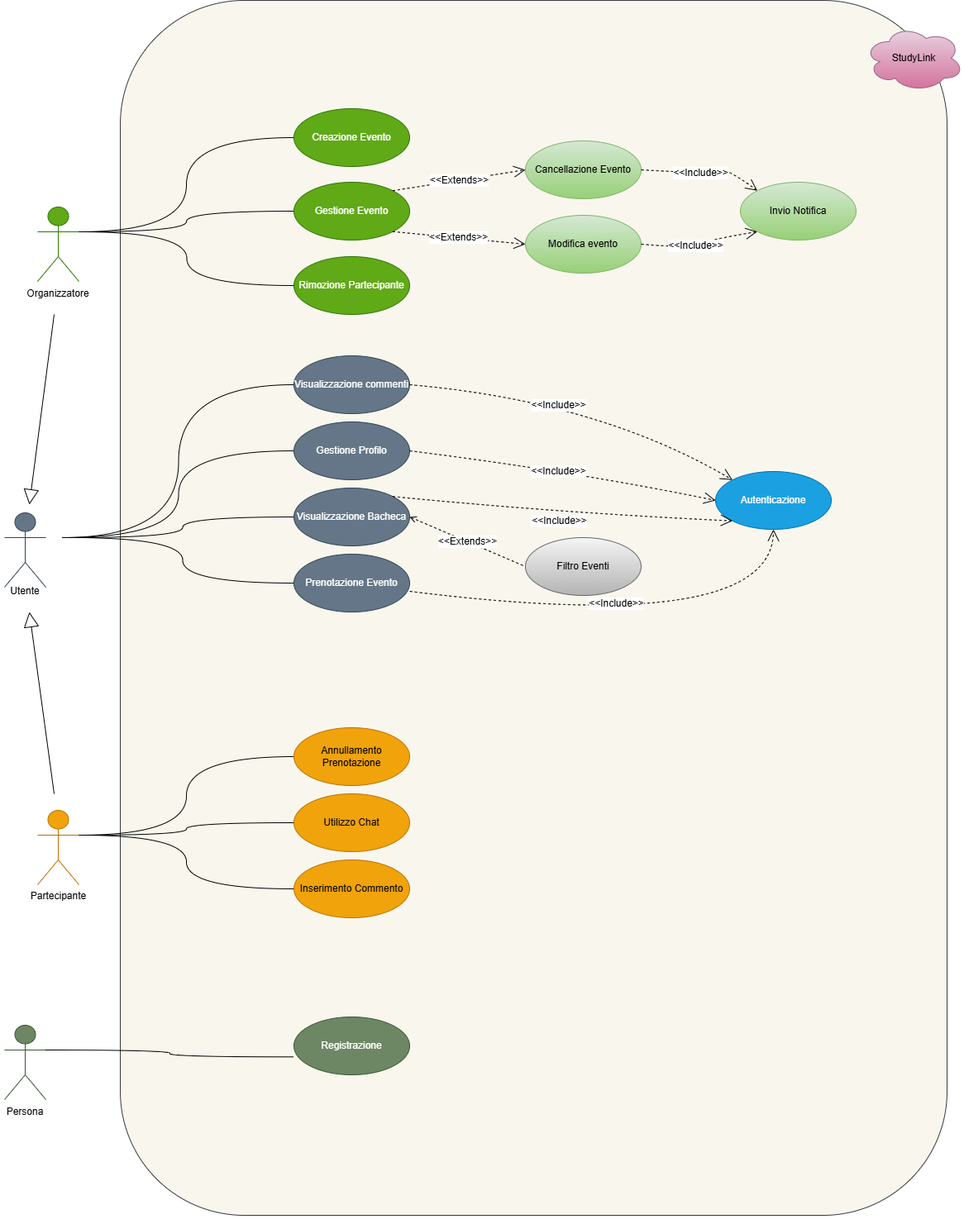
federicoporpora/studyLink keeps this draw.io diagram as latex/images/modello-dei-casi-d-uso.png. Above is the earlier version. Source tidied: cells renumbered, new cells last; positions are measured from the earlier drawing's top-left corner, leaving out a move shared by most shapes.
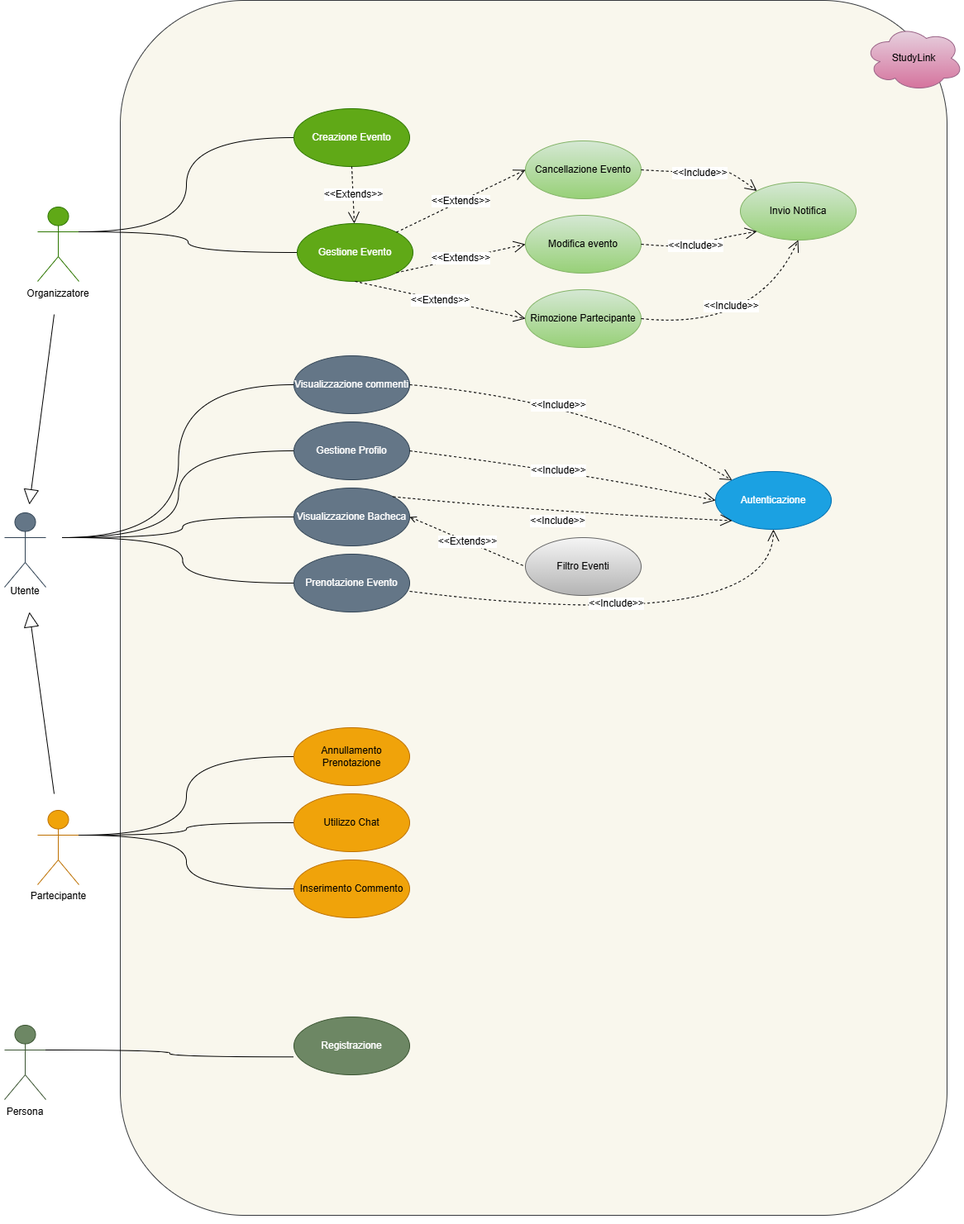
Above is the later version.

Commit message:
ho modificato il draw dei casi d'uso per uso corretto di extends

The edit, as a diff of the source:
```diff
@@ -51,10 +51,10 @@
       <mxGeometry x="355" y="131" width="140" height="70" as="geometry" />
     </mxCell>
     <mxCell id="15" value="Gestione Evento" style="ellipse;whiteSpace=wrap;html=1;fillColor=#60a917;fontColor=#ffffff;strokeColor=#2D7600;" parent="1" vertex="1">
-      <mxGeometry x="355" y="220" width="140" height="70" as="geometry" />
+      <mxGeometry x="359" y="270" width="140" height="70" as="geometry" />
     </mxCell>
-    <mxCell id="16" value="Rimozione Partecipante" style="ellipse;whiteSpace=wrap;html=1;fillColor=#60a917;fontColor=#ffffff;strokeColor=#2D7600;" parent="1" vertex="1">
-      <mxGeometry x="355" y="310" width="140" height="70" as="geometry" />
+    <mxCell id="16" value="Rimozione Partecipante" style="ellipse;whiteSpace=wrap;html=1;fillColor=#d5e8d4;strokeColor=#82b366;gradientColor=#97d077;" parent="1" vertex="1">
+      <mxGeometry x="635" y="350" width="140" height="70" as="geometry" />
     </mxCell>
     <mxCell id="17" style="endArrow=none;html=1;edgeStyle=orthogonalEdgeStyle;rounded=0;fontSize=12;startSize=8;endSize=8;curved=1;entryX=0;entryY=0.5;entryDx=0;entryDy=0;exitX=1;exitY=0.3333333333333333;exitDx=0;exitDy=0;exitPerimeter=0;" parent="1" edge="1" source="5" target="14">
       <mxGeometry relative="1" as="geometry" />
@@ -62,11 +62,6 @@
     <mxCell id="18" style="endArrow=none;html=1;edgeStyle=orthogonalEdgeStyle;rounded=0;fontSize=12;startSize=8;endSize=8;curved=1;entryX=0;entryY=0.5;entryDx=0;entryDy=0;exitX=1;exitY=0.3333333333333333;exitDx=0;exitDy=0;exitPerimeter=0;" parent="1" edge="1" source="5" target="15">
       <mxGeometry relative="1" as="geometry" />
     </mxCell>
-    <mxCell id="19" style="endArrow=none;html=1;edgeStyle=orthogonalEdgeStyle;rounded=0;fontSize=12;startSize=8;endSize=8;curved=1;entryX=0;entryY=0.5;entryDx=0;entryDy=0;" parent="1" edge="1" target="16">
-      <mxGeometry relative="1" as="geometry">
-        <mxPoint x="95" y="280" as="sourcePoint" />
-      </mxGeometry>
-    </mxCell>
     <mxCell id="20" value="Utilizzo Chat" style="ellipse;whiteSpace=wrap;html=1;fillColor=#f0a30a;fontColor=#000000;strokeColor=#BD7000;" parent="1" vertex="1">
       <mxGeometry x="355" y="960" width="140" height="70" as="geometry" />
     </mxCell>
@@ -199,5 +194,18 @@
         </Array>
       </mxGeometry>
     </mxCell>
+    <mxCell id="52" value="&amp;lt;&amp;lt;Extends&amp;gt;&amp;gt;" style="endArrow=open;endSize=12;dashed=1;html=1;rounded=0;fontSize=12;curved=1;exitX=0.5;exitY=1;exitDx=0;exitDy=0;entryX=0;entryY=0.5;entryDx=0;entryDy=0;" parent="1" edge="1" source="15" target="16">
+      <mxGeometry relative="1" as="geometry" />
+    </mxCell>
+    <mxCell id="53" value="&amp;lt;&amp;lt;Extends&amp;gt;&amp;gt;" style="endArrow=open;endSize=12;dashed=1;html=1;rounded=0;fontSize=12;curved=1;exitX=0.5;exitY=1;exitDx=0;exitDy=0;" parent="1" edge="1" source="14" target="15">
+      <mxGeometry relative="1" as="geometry" />
+    </mxCell>
+    <mxCell id="54" value="&amp;lt;&amp;lt;Include&amp;gt;&amp;gt;" style="endArrow=open;endSize=12;dashed=1;html=1;rounded=0;fontSize=12;curved=1;exitX=1;exitY=0.5;exitDx=0;exitDy=0;entryX=0.5;entryY=1;entryDx=0;entryDy=0;" parent="1" edge="1" source="16" target="28">
+      <mxGeometry x="-0.18" y="27" relative="1" as="geometry">
+        <Array as="points">
+          <mxPoint x="915" y="400" />
+        </Array>
+      </mxGeometry>
+    </mxCell>
   </root>
 </mxGraphModel>
```
